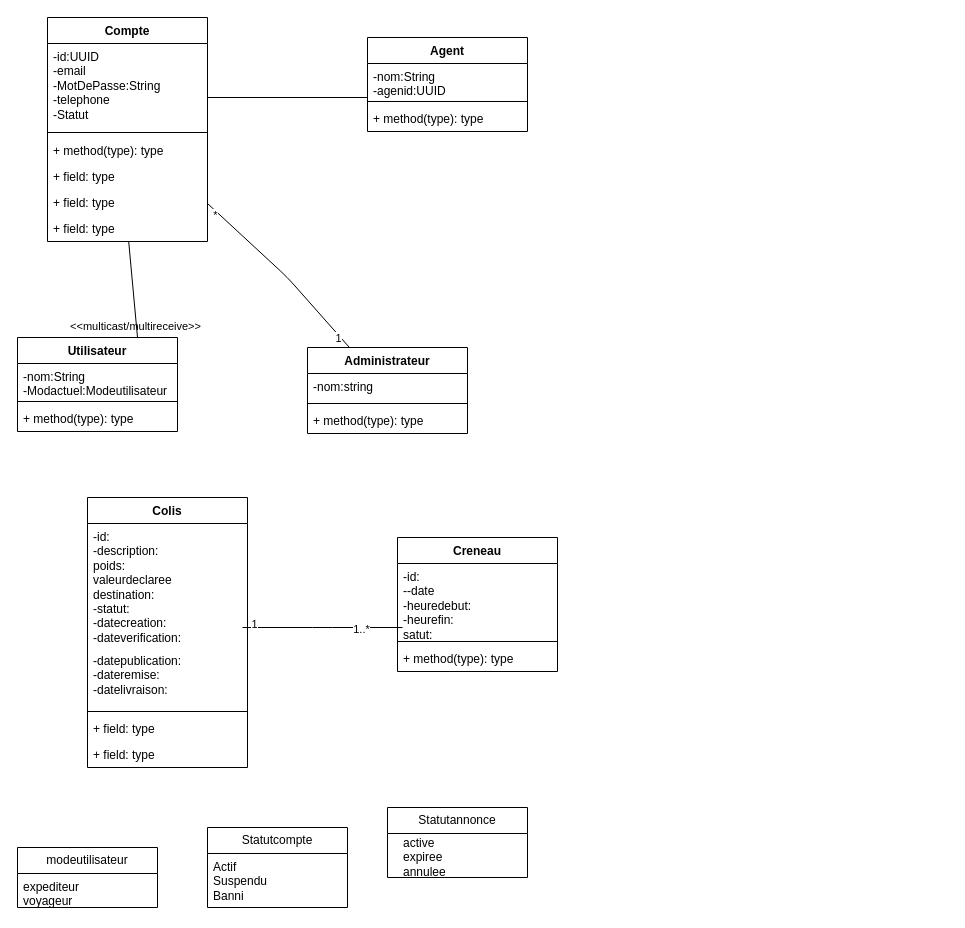
McChanel/Diaspora-Express keeps this draw.io diagram as docs/Diagramme de classe.drawio. Above is the earlier version. Source tidied: cells renumbered, new cells numbered last; positions are measured from the earlier drawing's top-left corner, leaving out a move shared by most shapes. Both pictures are drawn from the tidied source at 100%, with x=0, y=0 at pixel (17, 17).
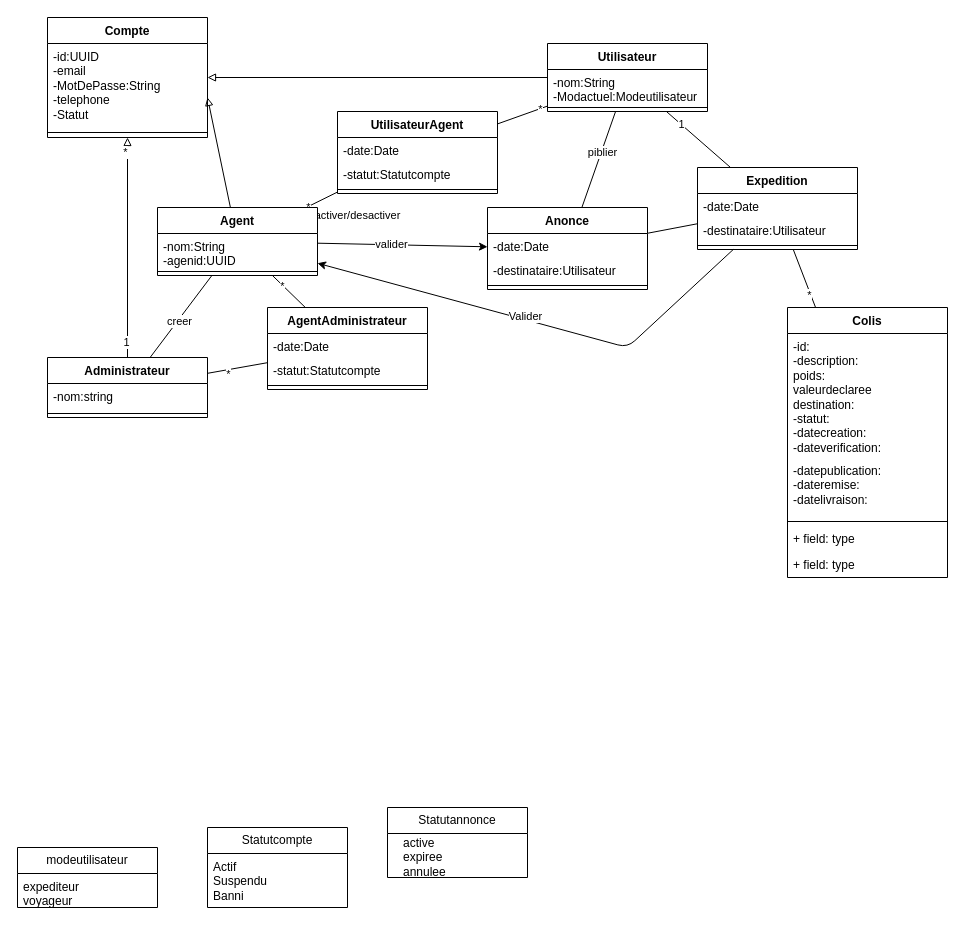
Above is the later version.

Commit message (it also covers changes not shown here):
MAJ Class diagram

The edit, as a diff of the source:
```diff
@@
-    <mxCell id="2" style="edgeStyle=none;html=1;endArrow=none;endFill=0;" parent="1" edge="1" source="5" target="12">
-      <mxGeometry relative="1" as="geometry">
-        <Array as="points">
-          <mxPoint x="270" y="260" />
-        </Array>
-      </mxGeometry>
+    <mxCell id="2" style="html=1;endArrow=none;endFill=0;startArrow=block;startFill=0;" parent="1" edge="1" source="5" target="12">
+      <mxGeometry relative="1" as="geometry" />
     </mxCell>
@@
     <mxCell id="5" value="Compte" style="swimlane;fontStyle=1;align=center;verticalAlign=top;horizontal=1;startSize=26;whiteSpace=wrap;html=1;" parent="1" vertex="1">
-      <mxGeometry x="30" width="160" height="224" as="geometry" />
+      <mxGeometry x="30" width="160" height="120" as="geometry" />
     </mxCell>
@@
-    <mxCell id="8" value="+ method(type): type" style="text;strokeColor=none;fillColor=none;align=left;verticalAlign=top;spacingLeft=4;spacingRight=4;overflow=hidden;whiteSpace=wrap;html=1;" parent="5" vertex="1">
-      <mxGeometry y="120" width="160" height="26" as="geometry" />
-    </mxCell>
-    <mxCell id="9" value="+ field: type" style="text;strokeColor=none;fillColor=none;align=left;verticalAlign=top;spacingLeft=4;spacingRight=4;overflow=hidden;whiteSpace=wrap;html=1;" parent="5" vertex="1">
-      <mxGeometry y="146" width="160" height="26" as="geometry" />
-    </mxCell>
-    <mxCell id="10" value="+ field: type" style="text;strokeColor=none;fillColor=none;align=left;verticalAlign=top;spacingLeft=4;spacingRight=4;overflow=hidden;whiteSpace=wrap;html=1;" parent="5" vertex="1">
-      <mxGeometry y="172" width="160" height="26" as="geometry" />
-    </mxCell>
-    <mxCell id="11" value="+ field: type" style="text;strokeColor=none;fillColor=none;align=left;verticalAlign=top;spacingLeft=4;spacingRight=4;overflow=hidden;points=[[0,0.5],[1,0.5]];portConstraint=eastwest;whiteSpace=wrap;html=1;" parent="5" vertex="1">
-      <mxGeometry y="198" width="160" height="26" as="geometry" />
-    </mxCell>
+    <mxCell id="45" style="edgeStyle=none;html=1;endArrow=none;endFill=0;" parent="1" edge="1" source="12" target="20">
+      <mxGeometry relative="1" as="geometry" />
+    </mxCell>
+    <mxCell id="46" value="creer" style="edgeLabel;html=1;align=center;verticalAlign=middle;" parent="45" vertex="1">
+      <mxGeometry x="-0.1" y="-1" relative="1" as="geometry" />
+    </mxCell>
+    <mxCell id="47" style="edgeStyle=none;html=1;endArrow=none;endFill=0;" parent="1" edge="1" source="12" target="66">
+      <mxGeometry relative="1" as="geometry" />
+    </mxCell>
+    <mxCell id="48" value="*" style="edgeLabel;html=1;align=center;verticalAlign=middle;" parent="47" vertex="1">
+      <mxGeometry x="-0.32" y="-4" relative="1" as="geometry">
+        <mxPoint x="-1" as="offset" />
+      </mxGeometry>
+    </mxCell>
     <mxCell id="12" value="Administrateur" style="swimlane;fontStyle=1;align=center;verticalAlign=top;horizontal=1;startSize=26;whiteSpace=wrap;html=1;" parent="1" vertex="1">
-      <mxGeometry x="290" y="330" width="160" height="86" as="geometry" />
+      <mxGeometry x="30" y="340" width="160" height="60" as="geometry" />
     </mxCell>
@@
-    <mxCell id="15" value="+ method(type): type" style="text;strokeColor=none;fillColor=none;align=left;verticalAlign=top;spacingLeft=4;spacingRight=4;overflow=hidden;whiteSpace=wrap;html=1;" parent="12" vertex="1">
-      <mxGeometry y="60" width="160" height="26" as="geometry" />
-    </mxCell>
+    <mxCell id="49" style="edgeStyle=none;html=1;endArrow=none;endFill=0;" parent="1" edge="1" source="16" target="74">
+      <mxGeometry relative="1" as="geometry" />
+    </mxCell>
+    <mxCell id="38" value="1" style="edgeLabel;html=1;align=center;verticalAlign=middle;" parent="49" vertex="1">
+      <mxGeometry x="-0.55" relative="1" as="geometry" />
+    </mxCell>
+    <mxCell id="50" style="edgeStyle=none;html=1;endArrow=none;endFill=0;" parent="1" edge="1" source="16" target="79">
+      <mxGeometry relative="1" as="geometry" />
+    </mxCell>
+    <mxCell id="51" value="piblier" style="edgeLabel;html=1;align=center;verticalAlign=middle;" parent="50" vertex="1">
+      <mxGeometry x="-0.16" y="1" relative="1" as="geometry" />
+    </mxCell>
     <mxCell id="16" value="Utilisateur" style="swimlane;fontStyle=1;align=center;verticalAlign=top;horizontal=1;startSize=26;whiteSpace=wrap;html=1;" parent="1" vertex="1">
-      <mxGeometry y="320" width="160" height="94" as="geometry" />
+      <mxGeometry x="530" y="26" width="160" height="68" as="geometry" />
     </mxCell>
@@
-    <mxCell id="19" value="+ method(type): type" style="text;strokeColor=none;fillColor=none;align=left;verticalAlign=top;spacingLeft=4;spacingRight=4;overflow=hidden;whiteSpace=wrap;html=1;" parent="16" vertex="1">
-      <mxGeometry y="68" width="160" height="26" as="geometry" />
-    </mxCell>
+    <mxCell id="52" style="html=1;endArrow=none;endFill=0;" parent="1" edge="1" source="20" target="60">
+      <mxGeometry relative="1" as="geometry" />
+    </mxCell>
+    <mxCell id="53" value="activer/desactiver" style="edgeLabel;html=1;align=center;verticalAlign=middle;" parent="52" vertex="1">
+      <mxGeometry x="-0.14" y="1" relative="1" as="geometry">
+        <mxPoint x="38" y="15" as="offset" />
+      </mxGeometry>
+    </mxCell>
+    <mxCell id="54" value="*" style="edgeLabel;html=1;align=center;verticalAlign=middle;" parent="52" vertex="1">
+      <mxGeometry x="-0.86" relative="1" as="geometry" />
+    </mxCell>
+    <mxCell id="55" style="edgeStyle=none;html=1;" parent="1" edge="1" source="20" target="79">
+      <mxGeometry relative="1" as="geometry" />
+    </mxCell>
+    <mxCell id="56" value="valider" style="edgeLabel;html=1;align=center;verticalAlign=middle;" parent="55" vertex="1">
+      <mxGeometry x="-0.14" y="1" relative="1" as="geometry" />
+    </mxCell>
     <mxCell id="20" value="Agent" style="swimlane;fontStyle=1;align=center;verticalAlign=top;horizontal=1;startSize=26;whiteSpace=wrap;html=1;" parent="1" vertex="1">
-      <mxGeometry x="350" y="20" width="160" height="94" as="geometry" />
+      <mxGeometry x="140" y="190" width="160" height="68" as="geometry" />
     </mxCell>
@@
-    <mxCell id="23" value="+ method(type): type" style="text;strokeColor=none;fillColor=none;align=left;verticalAlign=top;spacingLeft=4;spacingRight=4;overflow=hidden;whiteSpace=wrap;html=1;" parent="20" vertex="1">
-      <mxGeometry y="68" width="160" height="26" as="geometry" />
-    </mxCell>
-    <mxCell id="24" style="html=1;verticalAlign=bottom;labelBackgroundColor=none;endArrow=none;endFill=0;" parent="1" edge="1">
+    <mxCell id="24" style="html=1;verticalAlign=bottom;labelBackgroundColor=none;endArrow=none;endFill=0;startArrow=block;startFill=0;" parent="1" edge="1" target="20">
       <mxGeometry relative="1" as="geometry">
         <mxPoint x="190" y="80" as="sourcePoint" />
-        <mxPoint x="350" y="80" as="targetPoint" />
       </mxGeometry>
     </mxCell>
-    <mxCell id="25" value="&amp;lt;&amp;lt;multicast/multireceive&amp;gt;&amp;gt;" style="html=1;verticalAlign=top;labelBackgroundColor=none;endArrow=none;endFill=0;exitX=0.75;exitY=0;exitDx=0;exitDy=0;" parent="1" edge="1" source="16" target="11">
-      <mxGeometry x="-0.5" relative="1" as="geometry" />
-    </mxCell>
     <mxCell id="26" value="Colis" style="swimlane;fontStyle=1;align=center;verticalAlign=top;horizontal=1;startSize=26;whiteSpace=wrap;html=1;" parent="1" vertex="1">
-      <mxGeometry x="70" y="480" width="160" height="270" as="geometry" />
+      <mxGeometry x="770" y="290" width="160" height="270" as="geometry" />
     </mxCell>
@@
-    <mxCell id="32" value="Creneau" style="swimlane;fontStyle=1;align=center;verticalAlign=top;horizontal=1;startSize=26;whiteSpace=wrap;html=1;" parent="1" vertex="1">
-      <mxGeometry x="380" y="520" width="160" height="134" as="geometry" />
-    </mxCell>
-    <mxCell id="33" value="-id:&lt;div&gt;--date&lt;/div&gt;&lt;div&gt;-heuredebut:&lt;/div&gt;&lt;div&gt;-heurefin:&lt;/div&gt;&lt;div&gt;satut:&lt;/div&gt;" style="text;strokeColor=none;fillColor=none;align=left;verticalAlign=top;spacingLeft=4;spacingRight=4;overflow=hidden;whiteSpace=wrap;html=1;" parent="32" vertex="1">
-      <mxGeometry y="26" width="160" height="74" as="geometry" />
-    </mxCell>
-    <mxCell id="34" style="line;strokeWidth=1;fillColor=none;align=left;verticalAlign=middle;spacingTop=-1;spacingLeft=3;spacingRight=3;labelPosition=right;strokeColor=inherit;" parent="32" vertex="1">
-      <mxGeometry y="100" width="160" height="8" as="geometry" />
-    </mxCell>
-    <mxCell id="35" value="+ method(type): type" style="text;strokeColor=none;fillColor=none;align=left;verticalAlign=top;spacingLeft=4;spacingRight=4;overflow=hidden;whiteSpace=wrap;html=1;" parent="32" vertex="1">
-      <mxGeometry y="108" width="160" height="26" as="geometry" />
-    </mxCell>
-    <mxCell id="36" style="html=1;verticalAlign=top;labelBackgroundColor=none;endArrow=none;endFill=0;" parent="1" edge="1">
-      <mxGeometry relative="1" as="geometry">
-        <mxPoint x="225" y="610" as="sourcePoint" />
-        <mxPoint x="385" y="610" as="targetPoint" />
-        <Array as="points">
-          <mxPoint x="305" y="610" />
-        </Array>
-      </mxGeometry>
-    </mxCell>
-    <mxCell id="37" value="1..*" style="edgeLabel;html=1;align=center;verticalAlign=middle;" parent="36" vertex="1">
-      <mxGeometry x="0.48" y="-1" relative="1" as="geometry" />
-    </mxCell>
-    <mxCell id="38" value="1" style="edgeLabel;html=1;align=center;verticalAlign=middle;" parent="36" vertex="1">
-      <mxGeometry x="-0.86" y="4" relative="1" as="geometry" />
-    </mxCell>
@@
+    <mxCell id="57" style="edgeStyle=none;html=1;endArrow=block;endFill=0;" parent="1" edge="1" source="16" target="5">
+      <mxGeometry relative="1" as="geometry" />
+    </mxCell>
+    <mxCell id="58" style="edgeStyle=none;html=1;endArrow=none;endFill=0;" parent="1" edge="1" source="60" target="16">
+      <mxGeometry relative="1" as="geometry" />
+    </mxCell>
+    <mxCell id="59" value="*" style="edgeLabel;html=1;align=center;verticalAlign=middle;" parent="58" vertex="1">
+      <mxGeometry x="0.7" relative="1" as="geometry" />
+    </mxCell>
+    <mxCell id="60" value="UtilisateurAgent" style="swimlane;fontStyle=1;align=center;verticalAlign=top;horizontal=1;startSize=26;whiteSpace=wrap;html=1;" parent="1" vertex="1">
+      <mxGeometry x="320" y="94" width="160" height="82" as="geometry" />
+    </mxCell>
+    <mxCell id="61" value="-date:Date" style="text;strokeColor=none;fillColor=none;align=left;verticalAlign=top;spacingLeft=4;spacingRight=4;overflow=hidden;whiteSpace=wrap;html=1;" parent="60" vertex="1">
+      <mxGeometry y="26" width="160" height="24" as="geometry" />
+    </mxCell>
+    <mxCell id="62" value="-statut:&lt;span style=&quot;color: rgb(0, 0, 0); text-align: center;&quot;&gt;Statutcompte&lt;/span&gt;" style="text;strokeColor=none;fillColor=none;align=left;verticalAlign=top;spacingLeft=4;spacingRight=4;overflow=hidden;whiteSpace=wrap;html=1;" parent="60" vertex="1">
+      <mxGeometry y="50" width="160" height="24" as="geometry" />
+    </mxCell>
+    <mxCell id="63" style="line;strokeWidth=1;fillColor=none;align=left;verticalAlign=middle;spacingTop=-1;spacingLeft=3;spacingRight=3;labelPosition=right;strokeColor=inherit;" parent="60" vertex="1">
+      <mxGeometry y="74" width="160" height="8" as="geometry" />
+    </mxCell>
+    <mxCell id="64" style="edgeStyle=none;html=1;endArrow=none;endFill=0;" parent="1" edge="1" source="66" target="20">
+      <mxGeometry relative="1" as="geometry" />
+    </mxCell>
+    <mxCell id="65" value="*" style="edgeLabel;html=1;align=center;verticalAlign=middle;" parent="64" vertex="1">
+      <mxGeometry x="0.33" y="1" relative="1" as="geometry">
+        <mxPoint y="-1" as="offset" />
+      </mxGeometry>
+    </mxCell>
+    <mxCell id="66" value="AgentAdministrateur" style="swimlane;fontStyle=1;align=center;verticalAlign=top;horizontal=1;startSize=26;whiteSpace=wrap;html=1;" parent="1" vertex="1">
+      <mxGeometry x="250" y="290" width="160" height="82" as="geometry" />
+    </mxCell>
+    <mxCell id="67" value="-date:Date" style="text;strokeColor=none;fillColor=none;align=left;verticalAlign=top;spacingLeft=4;spacingRight=4;overflow=hidden;whiteSpace=wrap;html=1;" parent="66" vertex="1">
+      <mxGeometry y="26" width="160" height="24" as="geometry" />
+    </mxCell>
+    <mxCell id="68" value="-statut:&lt;span style=&quot;color: rgb(0, 0, 0); text-align: center;&quot;&gt;Statutcompte&lt;/span&gt;" style="text;strokeColor=none;fillColor=none;align=left;verticalAlign=top;spacingLeft=4;spacingRight=4;overflow=hidden;whiteSpace=wrap;html=1;" parent="66" vertex="1">
+      <mxGeometry y="50" width="160" height="24" as="geometry" />
+    </mxCell>
+    <mxCell id="69" style="line;strokeWidth=1;fillColor=none;align=left;verticalAlign=middle;spacingTop=-1;spacingLeft=3;spacingRight=3;labelPosition=right;strokeColor=inherit;" parent="66" vertex="1">
+      <mxGeometry y="74" width="160" height="8" as="geometry" />
+    </mxCell>
+    <mxCell id="70" style="edgeStyle=none;html=1;endArrow=none;endFill=0;" parent="1" edge="1" source="74" target="26">
+      <mxGeometry relative="1" as="geometry" />
+    </mxCell>
+    <mxCell id="71" value="*" style="edgeLabel;html=1;align=center;verticalAlign=middle;" parent="70" vertex="1">
+      <mxGeometry x="0.56" y="-3" relative="1" as="geometry">
+        <mxPoint x="1" as="offset" />
+      </mxGeometry>
+    </mxCell>
+    <mxCell id="72" style="html=1;" parent="1" edge="1" source="74" target="20">
+      <mxGeometry relative="1" as="geometry">
+        <Array as="points">
+          <mxPoint x="610" y="330" />
+        </Array>
+      </mxGeometry>
+    </mxCell>
+    <mxCell id="73" value="Valider" style="edgeLabel;html=1;align=center;verticalAlign=middle;" parent="72" vertex="1">
+      <mxGeometry x="0.08" y="-4" relative="1" as="geometry" />
+    </mxCell>
+    <mxCell id="74" value="Expedition" style="swimlane;fontStyle=1;align=center;verticalAlign=top;horizontal=1;startSize=26;whiteSpace=wrap;html=1;" parent="1" vertex="1">
+      <mxGeometry x="680" y="150" width="160" height="82" as="geometry" />
+    </mxCell>
+    <mxCell id="75" value="-date:Date" style="text;strokeColor=none;fillColor=none;align=left;verticalAlign=top;spacingLeft=4;spacingRight=4;overflow=hidden;whiteSpace=wrap;html=1;" parent="74" vertex="1">
+      <mxGeometry y="26" width="160" height="24" as="geometry" />
+    </mxCell>
+    <mxCell id="76" value="-destinataire:&lt;span style=&quot;color: rgb(0, 0, 0); text-align: center;&quot;&gt;Utilisateur&lt;/span&gt;" style="text;strokeColor=none;fillColor=none;align=left;verticalAlign=top;spacingLeft=4;spacingRight=4;overflow=hidden;whiteSpace=wrap;html=1;" parent="74" vertex="1">
+      <mxGeometry y="50" width="160" height="24" as="geometry" />
+    </mxCell>
+    <mxCell id="77" style="line;strokeWidth=1;fillColor=none;align=left;verticalAlign=middle;spacingTop=-1;spacingLeft=3;spacingRight=3;labelPosition=right;strokeColor=inherit;" parent="74" vertex="1">
+      <mxGeometry y="74" width="160" height="8" as="geometry" />
+    </mxCell>
+    <mxCell id="78" style="edgeStyle=none;html=1;endArrow=none;endFill=0;" parent="1" edge="1" source="79" target="74">
+      <mxGeometry relative="1" as="geometry" />
+    </mxCell>
+    <mxCell id="79" value="Anonce" style="swimlane;fontStyle=1;align=center;verticalAlign=top;horizontal=1;startSize=26;whiteSpace=wrap;html=1;" parent="1" vertex="1">
+      <mxGeometry x="470" y="190" width="160" height="82" as="geometry" />
+    </mxCell>
+    <mxCell id="80" value="-date:Date" style="text;strokeColor=none;fillColor=none;align=left;verticalAlign=top;spacingLeft=4;spacingRight=4;overflow=hidden;whiteSpace=wrap;html=1;" parent="79" vertex="1">
+      <mxGeometry y="26" width="160" height="24" as="geometry" />
+    </mxCell>
+    <mxCell id="81" value="-destinataire:&lt;span style=&quot;color: rgb(0, 0, 0); text-align: center;&quot;&gt;Utilisateur&lt;/span&gt;" style="text;strokeColor=none;fillColor=none;align=left;verticalAlign=top;spacingLeft=4;spacingRight=4;overflow=hidden;whiteSpace=wrap;html=1;" parent="79" vertex="1">
+      <mxGeometry y="50" width="160" height="24" as="geometry" />
+    </mxCell>
+    <mxCell id="82" style="line;strokeWidth=1;fillColor=none;align=left;verticalAlign=middle;spacingTop=-1;spacingLeft=3;spacingRight=3;labelPosition=right;strokeColor=inherit;" parent="79" vertex="1">
+      <mxGeometry y="74" width="160" height="8" as="geometry" />
+    </mxCell>
```
